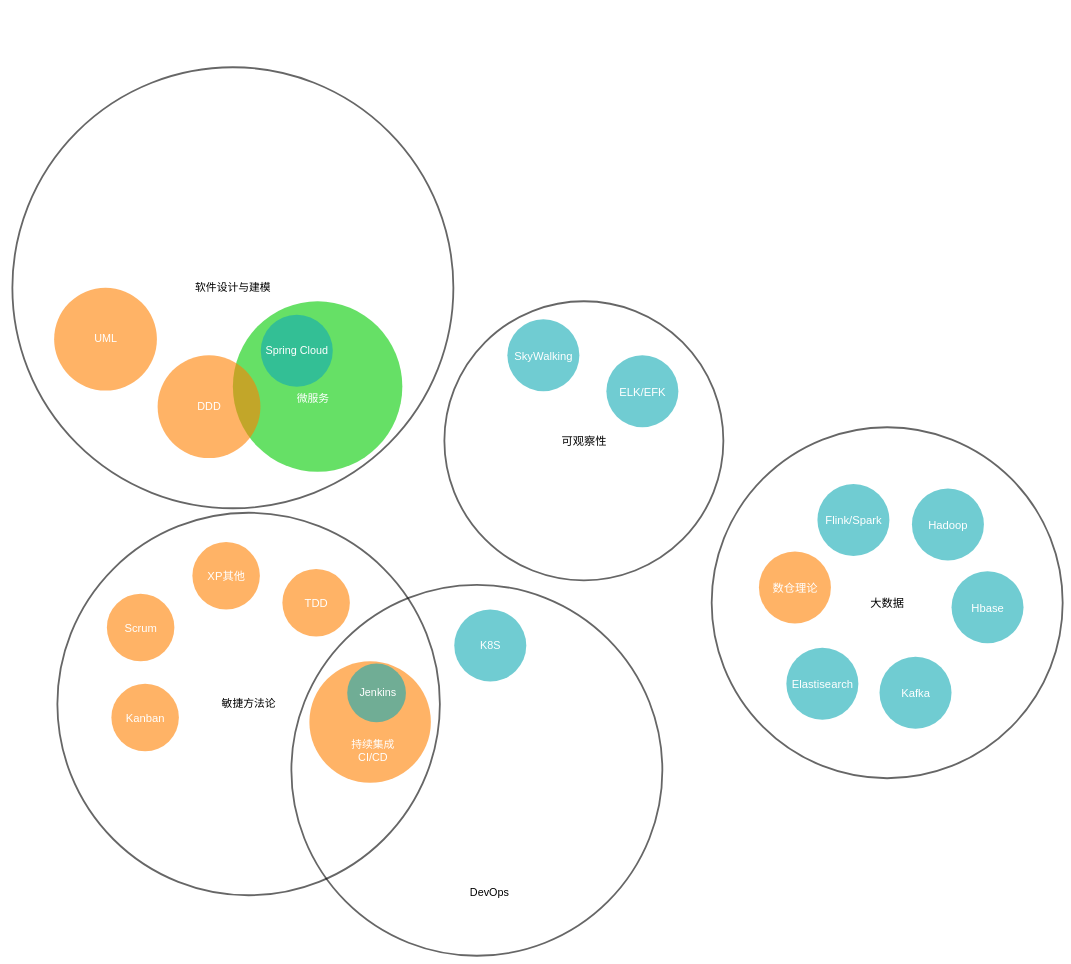
Before: page "第 1 页" (1 of 2) of 2019/软件开发技能关注点.drawio in BearKid/MyImageHosting, a draw.io diagram. Source tidied: cells renumbered, new cells numbered last; positions are measured from the earlier drawing's top-left corner, leaving out a move shared by most shapes. Both pictures are drawn from the tidied source at 45%, with x=0, y=0 at pixel (8, 67).
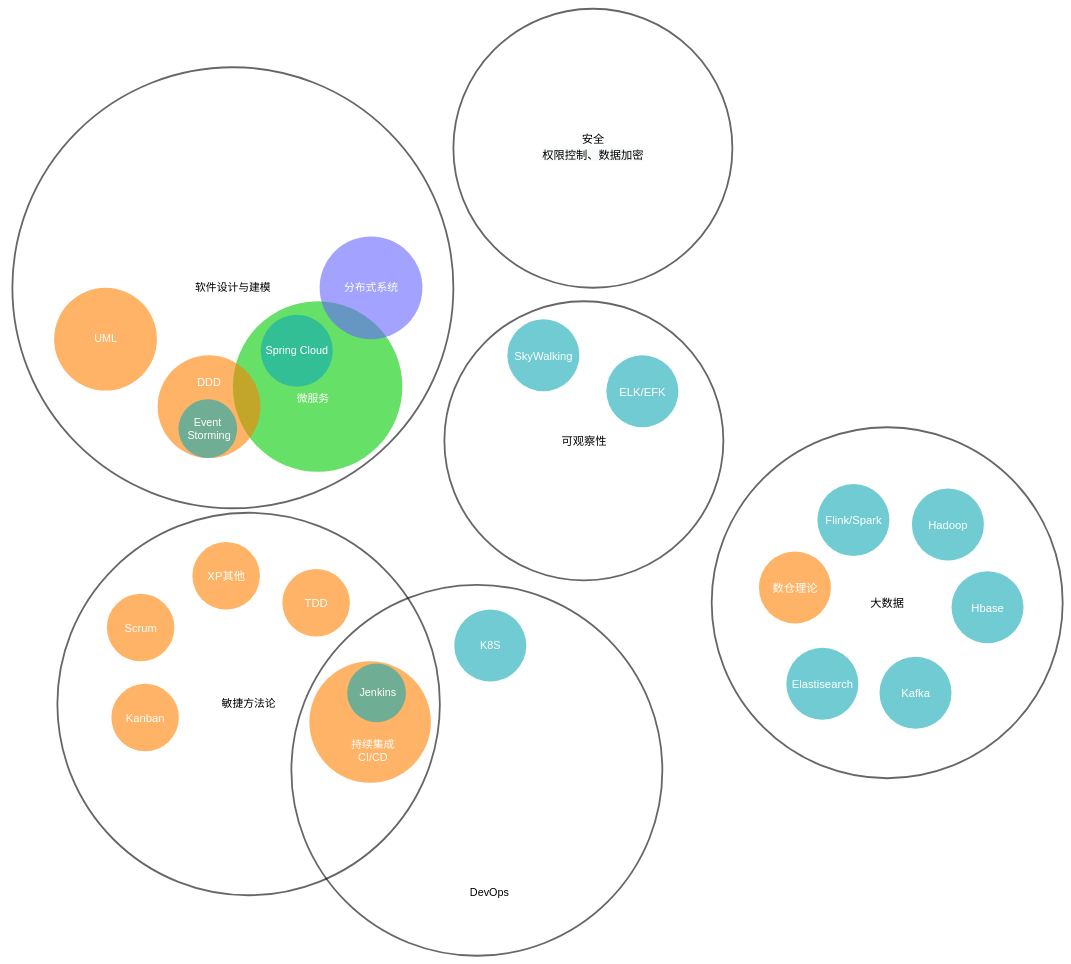
The same page after the edit.

What changed in the source:
```diff
@@
     <mxCell id="23" style="group;" parent="1" vertex="1">
-      <mxGeometry x="500" y="520" width="420.3" height="379" as="geometry" />
+      <mxGeometry x="500" y="520" width="420.3" height="380.5" as="geometry" />
     </mxCell>
@@
     <mxCell id="26" style="group;" parent="23" vertex="1">
-      <mxGeometry x="-270" y="120" width="434" height="228.4" as="geometry" />
+      <mxGeometry x="-270" y="120" width="434" height="260.5" as="geometry" />
     </mxCell>
@@
     <mxCell id="28" value="DDD" style="text;fontSize=24;align=center;verticalAlign=middle;html=1;fontColor=#FFFFFF;" parent="26" vertex="1">
-      <mxGeometry y="34.3" width="434" height="159.9" as="geometry" />
+      <mxGeometry y="-20" width="434" height="159.9" as="geometry" />
     </mxCell>
+    <mxCell id="46" style="group;" parent="26" vertex="1">
+      <mxGeometry x="88" y="98" width="258.1" height="130.5" as="geometry" />
+    </mxCell>
+    <mxCell id="47" style="ellipse;fillColor=#12AAB5;opacity=60;strokeColor=none;html=1;fontColor=#FFFFFF;" parent="46" vertex="1">
+      <mxGeometry x="61.1" width="130.5" height="130.5" as="geometry" />
+    </mxCell>
+    <mxCell id="48" value="Event&amp;nbsp;&lt;br&gt;Storming" style="text;fontSize=24;align=center;verticalAlign=middle;html=1;fontColor=#FFFFFF;" parent="46" vertex="1">
+      <mxGeometry y="19.6" width="258.1" height="91.3" as="geometry" />
+    </mxCell>
@@
+    <mxCell id="49" value="&lt;font color=&quot;#000000&quot; style=&quot;font-size: 25px&quot;&gt;安全&lt;br&gt;&lt;span style=&quot;display: inline ; float: none ; background-color: rgb(248 , 249 , 250) ; color: rgb(0 , 0 , 0) ; font-family: &amp;#34;helvetica&amp;#34; ; font-size: 25px ; font-style: normal ; font-variant: normal ; font-weight: 400 ; letter-spacing: normal ; text-align: center ; text-decoration: none ; text-indent: 0px ; text-transform: none ; white-space: nowrap ; word-spacing: 0px&quot;&gt;权限控制、数据加密&lt;/span&gt;&lt;b&gt;&lt;/b&gt;&lt;i&gt;&lt;/i&gt;&lt;u&gt;&lt;/u&gt;&lt;sub&gt;&lt;/sub&gt;&lt;sup&gt;&lt;/sup&gt;&lt;strike&gt;&lt;/strike&gt;&lt;br&gt;&lt;/font&gt;" style="ellipse;fillColor=none;opacity=60;strokeColor=#000000;html=1;fontColor=#FFFFFF;strokeWidth=4;" parent="1" vertex="1">
+      <mxGeometry x="990" y="-130" width="620" height="620" as="geometry" />
+    </mxCell>
+    <mxCell id="50" style="group;" parent="1" vertex="1">
+      <mxGeometry x="590" y="375.8" width="434" height="228.4" as="geometry" />
+    </mxCell>
+    <mxCell id="51" style="ellipse;fillColor=#6666FF;opacity=60;strokeColor=none;html=1;fontColor=#FFFFFF;" parent="50" vertex="1">
+      <mxGeometry x="102.8" width="228.4" height="228.4" as="geometry" />
+    </mxCell>
+    <mxCell id="52" value="分布式系统" style="text;fontSize=24;align=center;verticalAlign=middle;html=1;fontColor=#FFFFFF;" parent="50" vertex="1">
+      <mxGeometry y="34.3" width="434" height="159.9" as="geometry" />
+    </mxCell>
```
